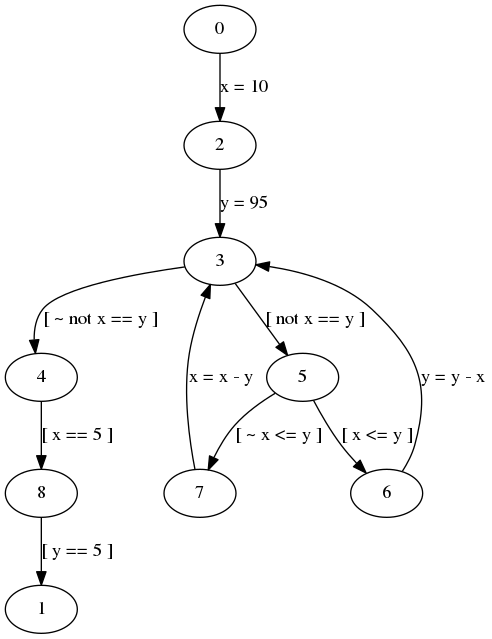
Before: example.png, a diagram exported from Graphviz (anindoasaha/euclid). Its source is kept beside it as example.gv. The source it was exported from:
```dot
 digraph G {
0 -> 2[label= "x = 10"]
2 -> 3[label= "y = 95"]
3 -> 4[label= "[ ~ not x == y ]"]
3 -> 5[label= "[ not x == y ]"]
5 -> 6[label= "[ x <= y ]"]
5 -> 7[label= "[ ~ x <= y ]"]
6 -> 3[label= "y = y - x"]
7 -> 3[label= "x = x - y"]
4 -> 8[label= "[ x == 5 ]"]
8 -> 1[label= "[ y == 5 ]"]
}
```
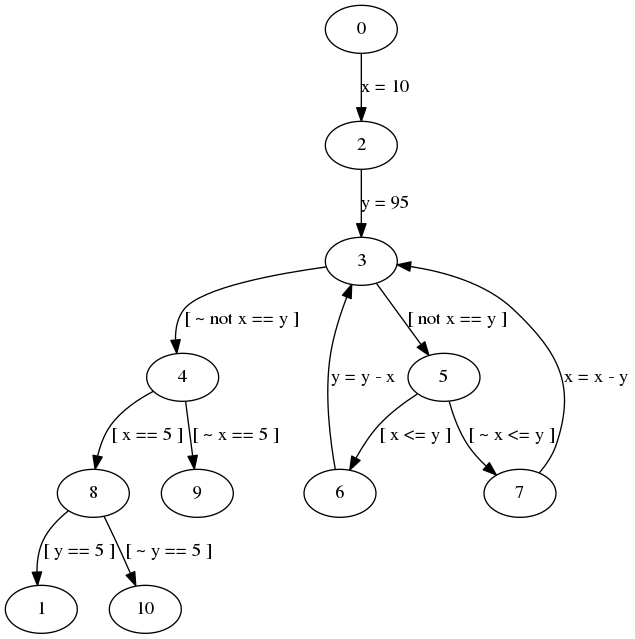
After the change.

The edit, as a diff of the source:
```diff
@@ -8,5 +8,7 @@
 6 -> 3[label= "y = y - x"]
 7 -> 3[label= "x = x - y"]
 4 -> 8[label= "[ x == 5 ]"]
+4 -> 9[label= "[ ~ x == 5 ]"]
 8 -> 1[label= "[ y == 5 ]"]
+8 -> 10[label= "[ ~ y == 5 ]"]
 }
```
